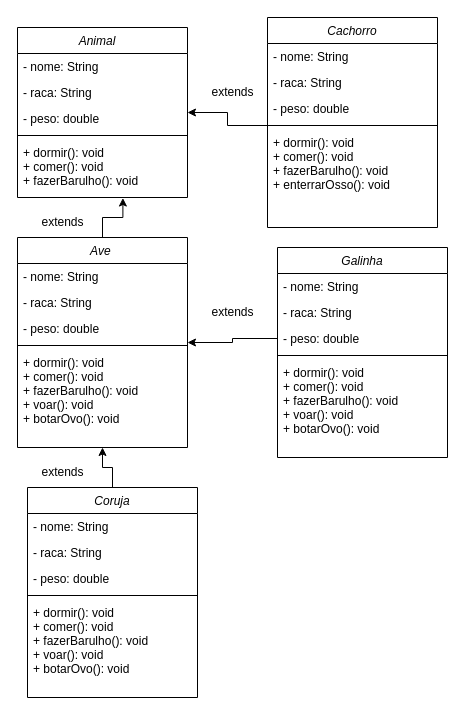
This is digrama animal.drawio from garenks/diagrama-de-classe-PAMII, a draw.io file, before an edit. Source tidied: cells renumbered, new cells numbered last; positions are measured from the earlier drawing's top-left corner, leaving out a move shared by most shapes. Both pictures are drawn from the tidied source at 100%, with x=0, y=0 at pixel (17, 17).
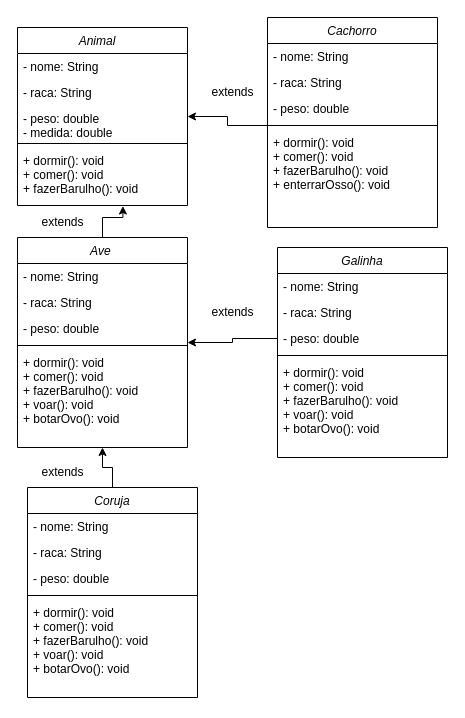
The same page after the edit.

Change to the diagram source:
```diff
@@
     <mxCell id="2" value="Animal   " style="swimlane;fontStyle=2;align=center;verticalAlign=top;horizontal=1;startSize=26;rounded=0;shadow=0;strokeWidth=1;" parent="1" vertex="1">
-      <mxGeometry y="10" width="170" height="170" as="geometry" />
+      <mxGeometry y="10" width="170" height="178" as="geometry" />
     </mxCell>
@@
-    <mxCell id="5" value="- peso: double" style="text;align=left;verticalAlign=top;spacingLeft=4;spacingRight=4;overflow=hidden;rounded=0;shadow=0;html=0;" parent="2" vertex="1">
-      <mxGeometry y="78" width="170" height="26" as="geometry" />
+    <mxCell id="5" value="- peso: double&#10;- medida: double" style="text;align=left;verticalAlign=top;spacingLeft=4;spacingRight=4;overflow=hidden;rounded=0;shadow=0;html=0;" parent="2" vertex="1">
+      <mxGeometry y="78" width="170" height="34" as="geometry" />
     </mxCell>
     <mxCell id="6" style="line;html=1;strokeWidth=1;align=left;verticalAlign=middle;spacingTop=-1;spacingLeft=3;spacingRight=3;labelPosition=right;" parent="2" vertex="1">
-      <mxGeometry y="104" width="170" height="8" as="geometry" />
+      <mxGeometry y="112" width="170" height="8" as="geometry" />
     </mxCell>
     <mxCell id="7" value="+ dormir(): void&#10;+ comer(): void&#10;+ fazerBarulho(): void" style="text;align=left;verticalAlign=top;spacingLeft=4;spacingRight=4;overflow=hidden;points=[[0,0.5],[1,0.5]];portConstraint=eastwest;" parent="2" vertex="1">
-      <mxGeometry y="112" width="170" height="58" as="geometry" />
+      <mxGeometry y="120" width="170" height="58" as="geometry" />
     </mxCell>
```
